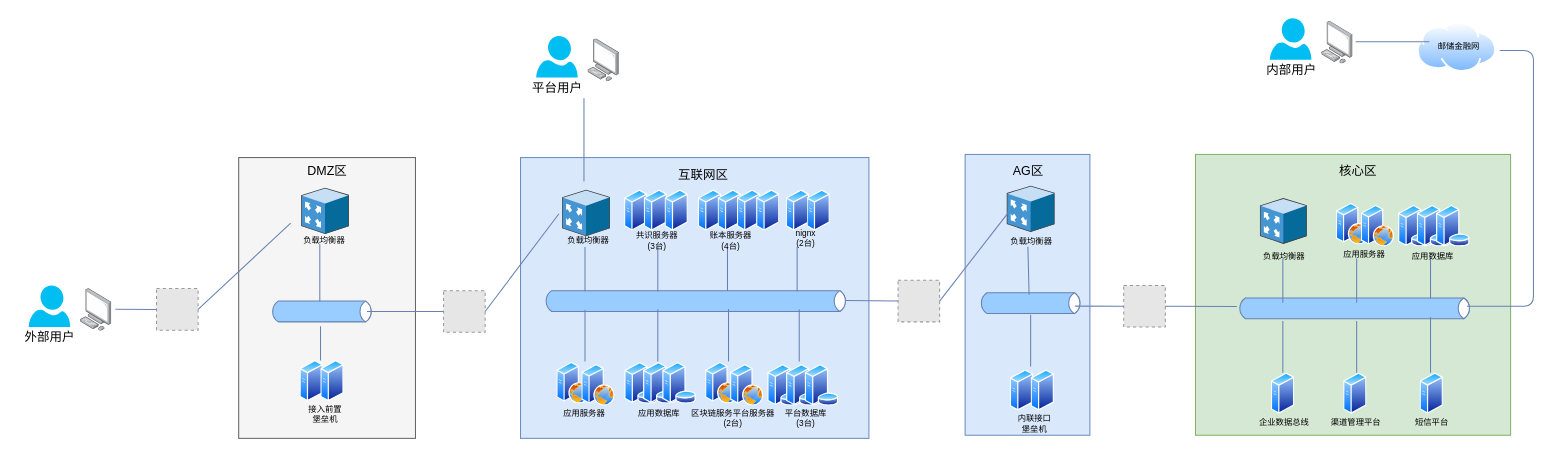
Above: repository/drawio/postb/系统拓扑图.drawio in dilide/collections (draw.io), before the change. Source tidied: cells renumbered, new cells numbered last; positions are measured from the earlier drawing's top-left corner, leaving out a move shared by most shapes. Both pictures are drawn from the tidied source at 104%, with x=0, y=0 at pixel (18, 18). Pictures stored in the file or linked from it are replaced by grey dashed boxes.
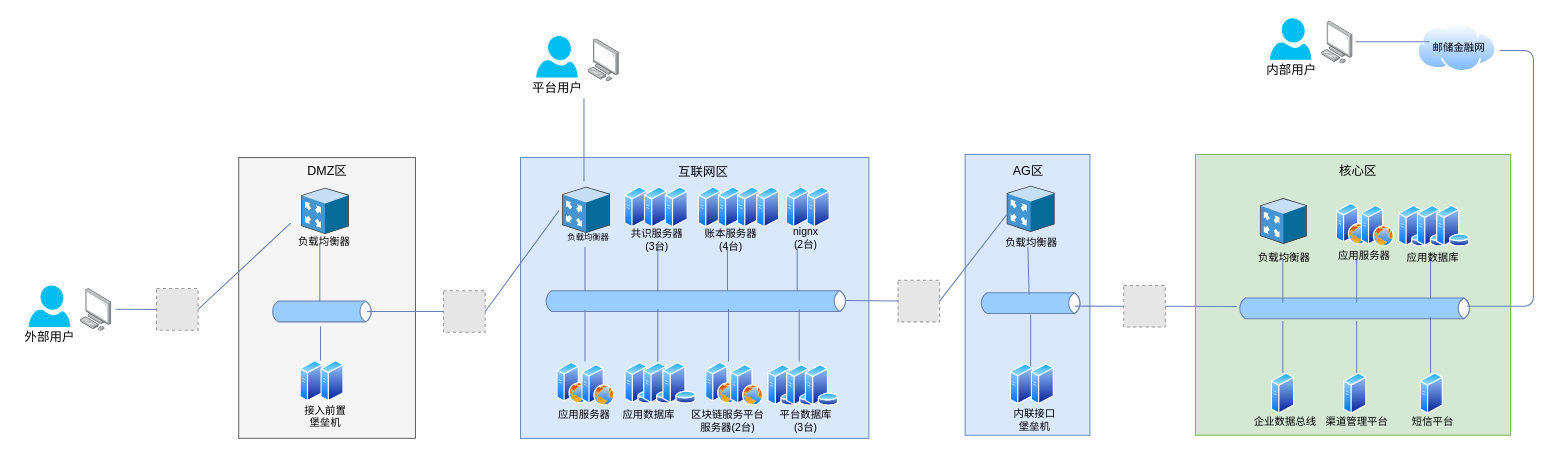
The same diagram, later.

Commit message (it also covers changes not shown here):
Update 系统拓扑图.drawio

Diff of the diagram source:
```diff
@@
     <mxCell id="25" value="互联网区" style="text;html=1;align=left;verticalAlign=top;spacingTop=-4;fontSize=12;" parent="1" vertex="1">
-      <mxGeometry x="633" y="141" width="60" height="20" as="geometry" />
+      <mxGeometry x="633" y="138" width="60" height="20" as="geometry" />
     </mxCell>
@@
     <mxCell id="28" style="shadow=0;dashed=0;html=1;labelPosition=center;verticalLabelPosition=bottom;verticalAlign=top;align=center;outlineConnect=0;shape=mxgraph.veeam.3d.proxy_appliance;direction=east;" parent="1" vertex="1">
-      <mxGeometry x="523" y="165" width="46" height="44.6" as="geometry" />
+      <mxGeometry x="523" y="162" width="46" height="44.6" as="geometry" />
     </mxCell>
@@
-    <mxCell id="31" value="接入前置&lt;br style=&quot;font-size: 8px;&quot;&gt;堡垒机" style="text;html=1;align=center;verticalAlign=top;spacingTop=-4;fontSize=8;" parent="1" vertex="1">
+    <mxCell id="31" value="接入前置&lt;br style=&quot;font-size: 10px;&quot;&gt;堡垒机" style="text;html=1;align=center;verticalAlign=top;spacingTop=-4;fontSize=10;" parent="1" vertex="1">
       <mxGeometry x="265" y="369" width="60" height="22" as="geometry" />
     </mxCell>
@@
-    <mxCell id="35" value="应用服务器" style="text;html=1;align=center;verticalAlign=top;spacingTop=-4;fontSize=8;" parent="1" vertex="1">
+    <mxCell id="35" value="应用服务器" style="text;html=1;align=center;verticalAlign=top;spacingTop=-4;fontSize=10;" parent="1" vertex="1">
       <mxGeometry x="514" y="373" width="60" height="10" as="geometry" />
     </mxCell>
@@
-    <mxCell id="39" value="区块链服务平台服务器&lt;br&gt;(2台)" style="text;html=1;align=center;verticalAlign=top;spacingTop=-4;fontSize=8;" parent="1" vertex="1">
-      <mxGeometry x="637" y="373" width="100" height="20" as="geometry" />
+    <mxCell id="39" value="区块链服务平台&lt;br&gt;服务器(2台)" style="text;html=1;align=center;verticalAlign=top;spacingTop=-4;fontSize=10;" parent="1" vertex="1">
+      <mxGeometry x="637" y="373" width="90" height="30" as="geometry" />
     </mxCell>
-    <mxCell id="40" value="应用数据库" style="text;html=1;align=center;verticalAlign=top;spacingTop=-4;fontSize=8;" parent="1" vertex="1">
-      <mxGeometry x="586" y="373" width="60" height="10" as="geometry" />
+    <mxCell id="40" value="应用数据库" style="text;html=1;align=center;verticalAlign=top;spacingTop=-4;fontSize=10;" parent="1" vertex="1">
+      <mxGeometry x="576" y="373" width="60" height="10" as="geometry" />
     </mxCell>
@@
-    <mxCell id="48" value="平台数据库&lt;br&gt;(3台)" style="text;html=1;align=center;verticalAlign=top;spacingTop=-4;fontSize=8;" parent="1" vertex="1">
+    <mxCell id="48" value="平台数据库&lt;br style=&quot;font-size: 10px;&quot;&gt;(3台)" style="text;html=1;align=center;verticalAlign=top;spacingTop=-4;fontSize=10;" parent="1" vertex="1">
       <mxGeometry x="726.5" y="373" width="60" height="20" as="geometry" />
     </mxCell>
@@
-    <mxCell id="52" value="共识服务器&lt;br&gt;(3台)" style="text;html=1;align=center;verticalAlign=top;spacingTop=-4;fontSize=8;" parent="1" vertex="1">
-      <mxGeometry x="584" y="202" width="60" height="20" as="geometry" />
+    <mxCell id="52" value="共识服务器&lt;br style=&quot;font-size: 10px;&quot;&gt;(3台)" style="text;html=1;align=center;verticalAlign=top;spacingTop=-4;fontSize=10;" parent="1" vertex="1">
+      <mxGeometry x="584" y="199" width="60" height="20" as="geometry" />
     </mxCell>
     <mxCell id="53" style="perimeter=ellipsePerimeter;html=1;align=center;shadow=0;dashed=0;spacingTop=3;image;image=img/lib/active_directory/generic_server.svg;strokeColor=#6881B3;strokeWidth=1;fillColor=#99CCFF;fontSize=8;" parent="1" vertex="1">
-      <mxGeometry x="583" y="165" width="22.4" height="40" as="geometry" />
+      <mxGeometry x="583" y="162" width="22.4" height="40" as="geometry" />
     </mxCell>
     <mxCell id="54" style="perimeter=ellipsePerimeter;html=1;align=center;shadow=0;dashed=0;spacingTop=3;image;image=img/lib/active_directory/generic_server.svg;strokeColor=#6881B3;strokeWidth=1;fillColor=#99CCFF;fontSize=8;" parent="1" vertex="1">
-      <mxGeometry x="602" y="165" width="22.4" height="40" as="geometry" />
+      <mxGeometry x="602" y="162" width="22.4" height="40" as="geometry" />
     </mxCell>
     <mxCell id="55" style="perimeter=ellipsePerimeter;html=1;align=center;shadow=0;dashed=0;spacingTop=3;image;image=img/lib/active_directory/generic_server.svg;strokeColor=#6881B3;strokeWidth=1;fillColor=#99CCFF;fontSize=8;" parent="1" vertex="1">
-      <mxGeometry x="622" y="165" width="22.4" height="40" as="geometry" />
+      <mxGeometry x="622" y="162" width="22.4" height="40" as="geometry" />
     </mxCell>
     <mxCell id="56" style="group;" parent="1" vertex="1">
-      <mxGeometry x="654" y="165" width="78.4" height="40" as="geometry" />
+      <mxGeometry x="654" y="162" width="78.4" height="40" as="geometry" />
     </mxCell>
@@
-    <mxCell id="61" value="账本服务器&lt;br&gt;(4台)" style="text;html=1;align=center;verticalAlign=top;spacingTop=-4;fontSize=8;" parent="1" vertex="1">
-      <mxGeometry x="655" y="201.5" width="60" height="20" as="geometry" />
+    <mxCell id="61" value="账本服务器&lt;br style=&quot;font-size: 10px;&quot;&gt;(4台)" style="text;html=1;align=center;verticalAlign=top;spacingTop=-4;fontSize=10;" parent="1" vertex="1">
+      <mxGeometry x="655" y="198.5" width="60" height="20" as="geometry" />
     </mxCell>
@@
     <mxCell id="68" style="group;" parent="1" vertex="1">
-      <mxGeometry x="738.5" y="165" width="42.4" height="40" as="geometry" />
+      <mxGeometry x="738.5" y="162" width="42.4" height="40" as="geometry" />
     </mxCell>
@@
-    <mxCell id="71" value="nignx&lt;br&gt;(2台)" style="text;html=1;align=center;verticalAlign=top;spacingTop=-4;fontSize=8;" parent="1" vertex="1">
-      <mxGeometry x="741.5" y="200" width="30" height="20" as="geometry" />
+    <mxCell id="71" value="nignx&lt;br style=&quot;font-size: 10px;&quot;&gt;(2台)" style="text;html=1;align=center;verticalAlign=top;spacingTop=-4;fontSize=10;" parent="1" vertex="1">
+      <mxGeometry x="741.5" y="197" width="30" height="20" as="geometry" />
     </mxCell>
@@
-    <mxCell id="74" value="负载均衡器" style="text;html=1;align=center;verticalAlign=top;spacingTop=-4;fontSize=8;" parent="1" vertex="1">
+    <mxCell id="74" value="负载均衡器" style="text;html=1;align=center;verticalAlign=top;spacingTop=-4;fontSize=10;" parent="1" vertex="1">
       <mxGeometry x="263.5" y="207" width="60" height="10" as="geometry" />
     </mxCell>
     <mxCell id="75" value="负载均衡器" style="text;html=1;align=center;verticalAlign=top;spacingTop=-4;fontSize=8;" parent="1" vertex="1">
-      <mxGeometry x="518" y="207" width="60" height="10" as="geometry" />
+      <mxGeometry x="518" y="204" width="60" height="10" as="geometry" />
     </mxCell>
@@
-    <mxCell id="77" value="负载均衡器" style="text;html=1;points=[];align=center;verticalAlign=top;spacingTop=-4;fontSize=8;" parent="1" vertex="1">
+    <mxCell id="77" value="负载均衡器" style="text;html=1;points=[];align=center;verticalAlign=top;spacingTop=-4;fontSize=10;" parent="1" vertex="1">
       <mxGeometry x="943.5" y="208" width="60" height="10" as="geometry" />
     </mxCell>
@@
     <mxCell id="82" style="group;" parent="1" vertex="1">
-      <mxGeometry x="954" y="338" width="42.4" height="40" as="geometry" />
+      <mxGeometry x="954" y="332" width="42.4" height="40" as="geometry" />
     </mxCell>
@@
-    <mxCell id="85" value="内联接口&lt;br&gt;堡垒机" style="text;html=1;align=center;verticalAlign=top;spacingTop=-4;fontSize=8;" parent="1" vertex="1">
-      <mxGeometry x="951.5" y="378" width="50" height="20" as="geometry" />
+    <mxCell id="85" value="内联接口&lt;br style=&quot;font-size: 10px;&quot;&gt;堡垒机" style="text;html=1;align=center;verticalAlign=top;spacingTop=-4;fontSize=10;" parent="1" vertex="1">
+      <mxGeometry x="951.5" y="372" width="50" height="20" as="geometry" />
     </mxCell>
@@
-    <mxCell id="96" value="负载均衡器" style="text;html=1;align=center;verticalAlign=top;spacingTop=-4;fontSize=8;" parent="1" vertex="1">
+    <mxCell id="96" value="负载均衡器" style="text;html=1;align=center;verticalAlign=top;spacingTop=-4;fontSize=10;" parent="1" vertex="1">
       <mxGeometry x="1186.5" y="222" width="60" height="10" as="geometry" />
     </mxCell>
@@
-    <mxCell id="99" value="短信平台" style="text;html=1;align=center;verticalAlign=top;spacingTop=-4;fontSize=8;" parent="1" vertex="1">
-      <mxGeometry x="1334" y="382" width="50" height="10" as="geometry" />
+    <mxCell id="99" value="短信平台" style="text;html=1;align=center;verticalAlign=top;spacingTop=-4;fontSize=10;" parent="1" vertex="1">
+      <mxGeometry x="1335" y="380" width="50" height="10" as="geometry" />
     </mxCell>
-    <mxCell id="100" value="渠道管理平台" style="text;html=1;align=center;verticalAlign=top;spacingTop=-4;fontSize=8;" parent="1" vertex="1">
-      <mxGeometry x="1255.5" y="382" width="60" height="10" as="geometry" />
+    <mxCell id="100" value="渠道管理平台" style="text;html=1;align=center;verticalAlign=top;spacingTop=-4;fontSize=10;" parent="1" vertex="1">
+      <mxGeometry x="1256.5" y="380" width="60" height="10" as="geometry" />
     </mxCell>
@@
-    <mxCell id="102" value="企业数据总线" style="text;html=1;align=center;verticalAlign=top;spacingTop=-4;fontSize=8;" parent="1" vertex="1">
-      <mxGeometry x="1186.5" y="382" width="60" height="10" as="geometry" />
+    <mxCell id="102" value="企业数据总线" style="text;html=1;align=center;verticalAlign=top;spacingTop=-4;fontSize=10;" parent="1" vertex="1">
+      <mxGeometry x="1187.5" y="380" width="60" height="10" as="geometry" />
     </mxCell>
@@
-    <mxCell id="106" value="应用服务器" style="text;html=1;align=center;verticalAlign=top;spacingTop=-4;fontSize=8;" parent="1" vertex="1">
+    <mxCell id="106" value="应用服务器" style="text;html=1;align=center;verticalAlign=top;spacingTop=-4;fontSize=10;" parent="1" vertex="1">
       <mxGeometry x="1263.5" y="220" width="60" height="10" as="geometry" />
     </mxCell>
-    <mxCell id="107" value="应用数据库" style="text;html=1;align=center;verticalAlign=top;spacingTop=-4;fontSize=8;" parent="1" vertex="1">
+    <mxCell id="107" value="应用数据库" style="text;html=1;align=center;verticalAlign=top;spacingTop=-4;fontSize=10;" parent="1" vertex="1">
       <mxGeometry x="1330" y="222" width="60" height="10" as="geometry" />
     </mxCell>
@@
-    <mxCell id="119" value="邮储金融网" style="text;html=1;points=[];align=center;verticalAlign=top;spacingTop=-4;fontSize=8;" parent="1" vertex="1">
+    <mxCell id="119" value="邮储金融网" style="text;html=1;points=[];align=center;verticalAlign=top;spacingTop=-4;fontSize=10;" parent="1" vertex="1">
       <mxGeometry x="1345" y="20" width="80" height="20" as="geometry" />
     </mxCell>
```
